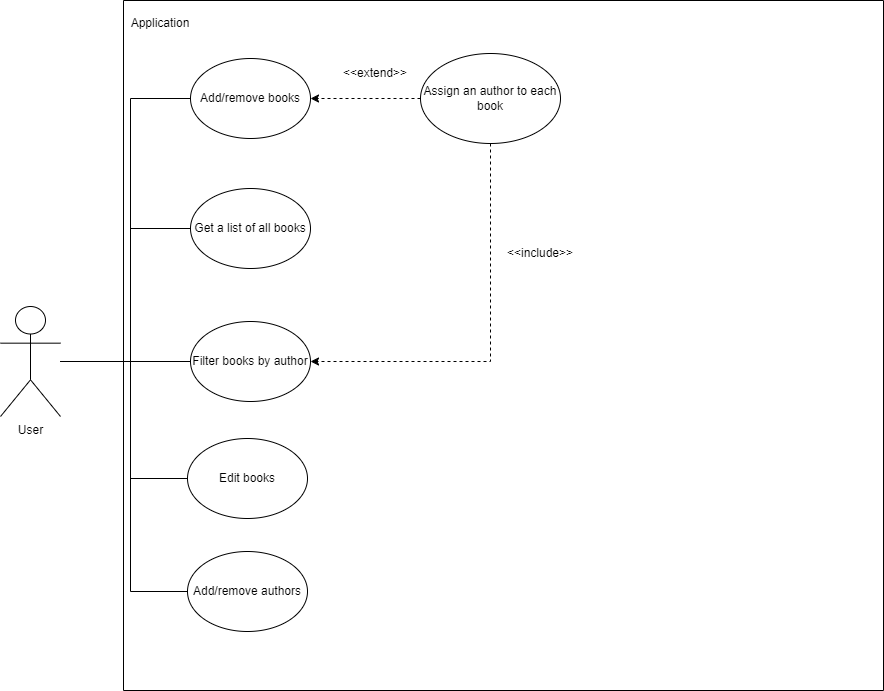
Above: Use Case Diagram.drawio.png in LegendaryLoona/LancasterBookStoreProject (draw.io), before the change. Source tidied: cells renumbered, new cells last; positions are measured from the earlier drawing's top-left corner, leaving out a move shared by most shapes. Its diagram source:
```xml
<mxGraphModel background="#ffffff">
  <root>
    <mxCell id="0" />
    <mxCell id="1" parent="0" />
    <mxCell id="2" style="swimlane;startSize=0;" parent="1" vertex="1">
      <mxGeometry x="123" width="760" height="690" as="geometry" />
    </mxCell>
    <mxCell id="3" value="Edit books" style="ellipse;whiteSpace=wrap;html=1;" parent="2" vertex="1">
      <mxGeometry x="64" y="438" width="120" height="80" as="geometry" />
    </mxCell>
    <mxCell id="4" value="Add/remove authors" style="ellipse;whiteSpace=wrap;html=1;" parent="2" vertex="1">
      <mxGeometry x="64" y="551" width="120" height="80" as="geometry" />
    </mxCell>
    <mxCell id="5" style="edgeStyle=orthogonalEdgeStyle;rounded=0;jettySize=auto;html=1;entryX=0;entryY=0.5;entryDx=0;entryDy=0;endArrow=none;endFill=0;" parent="1" edge="1" source="7" target="3">
      <mxGeometry relative="1" as="geometry">
        <Array as="points">
          <mxPoint x="130" y="361" />
          <mxPoint x="130" y="478" />
        </Array>
      </mxGeometry>
    </mxCell>
    <mxCell id="6" style="edgeStyle=orthogonalEdgeStyle;rounded=0;jettySize=auto;html=1;entryX=0;entryY=0.5;entryDx=0;entryDy=0;endArrow=none;endFill=0;" parent="1" edge="1" source="7" target="4">
      <mxGeometry relative="1" as="geometry">
        <Array as="points">
          <mxPoint x="130" y="361" />
          <mxPoint x="130" y="591" />
        </Array>
      </mxGeometry>
    </mxCell>
    <mxCell id="7" value="User" style="shape=umlActor;verticalLabelPosition=bottom;verticalAlign=top;html=1;outlineConnect=0;" parent="1" vertex="1">
      <mxGeometry y="306" width="60" height="110" as="geometry" />
    </mxCell>
    <mxCell id="8" value="Application" style="text;html=1;align=center;verticalAlign=middle;whiteSpace=wrap;rounded=0;" parent="1" vertex="1">
      <mxGeometry x="130" y="8" width="60" height="30" as="geometry" />
    </mxCell>
    <mxCell id="9" value="Assign an author to each book" style="ellipse;whiteSpace=wrap;html=1;" parent="1" vertex="1">
      <mxGeometry x="420" y="53" width="140" height="90" as="geometry" />
    </mxCell>
    <mxCell id="10" value="&amp;lt;&amp;lt;include&amp;gt;&amp;gt;" style="text;html=1;align=center;verticalAlign=middle;whiteSpace=wrap;rounded=0;" parent="1" vertex="1">
      <mxGeometry x="510" y="238" width="60" height="30" as="geometry" />
    </mxCell>
    <mxCell id="11" value="&amp;lt;&amp;lt;extend&amp;gt;&amp;gt;" style="text;html=1;align=center;verticalAlign=middle;whiteSpace=wrap;rounded=0;" parent="1" vertex="1">
      <mxGeometry x="345" y="58" width="60" height="30" as="geometry" />
    </mxCell>
    <mxCell id="12" style="endArrow=none;html=1;rounded=0;edgeStyle=orthogonalEdgeStyle;" parent="1" edge="1" source="7" target="17">
      <mxGeometry relative="1" as="geometry" />
    </mxCell>
    <mxCell id="13" style="endArrow=none;html=1;rounded=0;entryX=0;entryY=0.5;entryDx=0;entryDy=0;edgeStyle=orthogonalEdgeStyle;" parent="1" edge="1" source="7" target="16">
      <mxGeometry relative="1" as="geometry">
        <Array as="points">
          <mxPoint x="130" y="361" />
          <mxPoint x="130" y="228" />
        </Array>
      </mxGeometry>
    </mxCell>
    <mxCell id="14" style="endArrow=none;html=1;rounded=0;entryX=0;entryY=0.5;entryDx=0;entryDy=0;edgeStyle=orthogonalEdgeStyle;" parent="1" edge="1" source="7" target="15">
      <mxGeometry relative="1" as="geometry">
        <Array as="points">
          <mxPoint x="130" y="361" />
          <mxPoint x="130" y="98" />
        </Array>
      </mxGeometry>
    </mxCell>
    <mxCell id="15" value="Add/remove books" style="ellipse;whiteSpace=wrap;html=1;" parent="1" vertex="1">
      <mxGeometry x="190" y="58" width="120" height="80" as="geometry" />
    </mxCell>
    <mxCell id="16" value="Get a list of all books" style="ellipse;whiteSpace=wrap;html=1;" parent="1" vertex="1">
      <mxGeometry x="190" y="188" width="120" height="80" as="geometry" />
    </mxCell>
    <mxCell id="17" value="Filter books by author" style="ellipse;whiteSpace=wrap;html=1;" parent="1" vertex="1">
      <mxGeometry x="190" y="321" width="120" height="80" as="geometry" />
    </mxCell>
    <mxCell id="18" style="edgeStyle=orthogonalEdgeStyle;rounded=0;jettySize=auto;html=1;entryX=1;entryY=0.5;entryDx=0;entryDy=0;dashed=1;" parent="1" edge="1" source="9" target="15">
      <mxGeometry relative="1" as="geometry" />
    </mxCell>
    <mxCell id="19" style="edgeStyle=orthogonalEdgeStyle;rounded=0;jettySize=auto;html=1;entryX=1;entryY=0.5;entryDx=0;entryDy=0;exitX=0.5;exitY=1;exitDx=0;exitDy=0;dashed=1;" parent="1" edge="1" source="9" target="17">
      <mxGeometry relative="1" as="geometry" />
    </mxCell>
  </root>
</mxGraphModel>
```
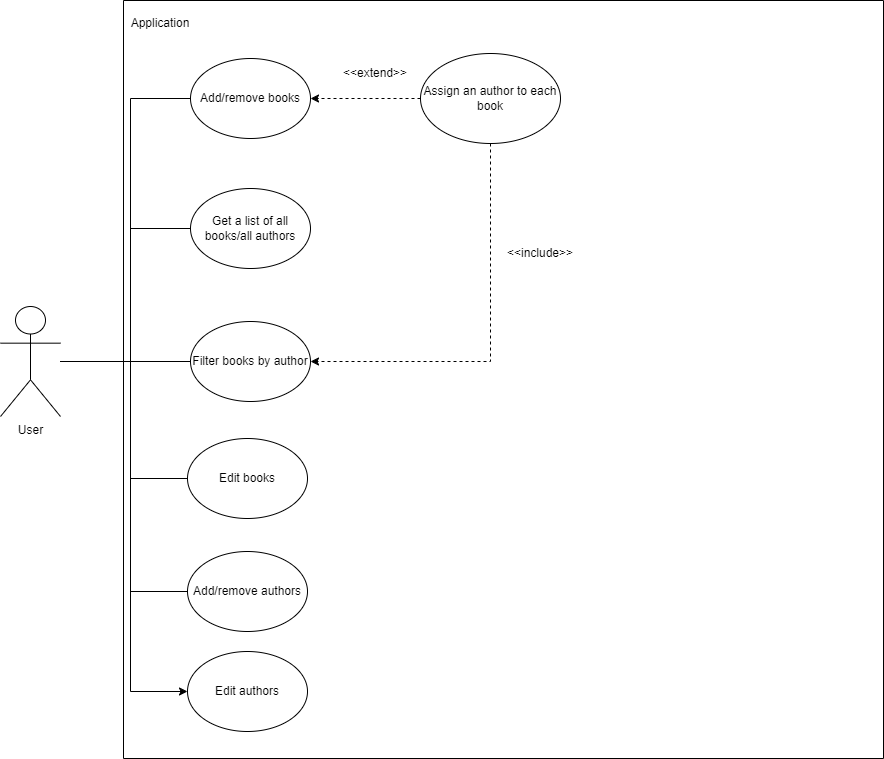
Above is the later version.

Diff of the diagram source:
```diff
@@ -3,7 +3,7 @@
     <mxCell id="0" />
     <mxCell id="1" parent="0" />
     <mxCell id="2" style="swimlane;startSize=0;" parent="1" vertex="1">
-      <mxGeometry x="123" width="760" height="690" as="geometry" />
+      <mxGeometry x="123" width="760" height="758" as="geometry" />
     </mxCell>
     <mxCell id="3" value="Edit books" style="ellipse;whiteSpace=wrap;html=1;" parent="2" vertex="1">
       <mxGeometry x="64" y="438" width="120" height="80" as="geometry" />
@@ -11,6 +11,9 @@
     <mxCell id="4" value="Add/remove authors" style="ellipse;whiteSpace=wrap;html=1;" parent="2" vertex="1">
       <mxGeometry x="64" y="551" width="120" height="80" as="geometry" />
     </mxCell>
+    <mxCell id="20" value="Edit authors" style="ellipse;whiteSpace=wrap;html=1;" parent="2" vertex="1">
+      <mxGeometry x="64" y="651" width="120" height="80" as="geometry" />
+    </mxCell>
     <mxCell id="5" style="edgeStyle=orthogonalEdgeStyle;rounded=0;jettySize=auto;html=1;entryX=0;entryY=0.5;entryDx=0;entryDy=0;endArrow=none;endFill=0;" parent="1" edge="1" source="7" target="3">
       <mxGeometry relative="1" as="geometry">
         <Array as="points">
@@ -27,6 +30,14 @@
         </Array>
       </mxGeometry>
     </mxCell>
+    <mxCell id="21" style="edgeStyle=orthogonalEdgeStyle;rounded=0;jettySize=auto;html=1;entryX=0;entryY=0.5;entryDx=0;entryDy=0;" parent="1" edge="1" source="7" target="20">
+      <mxGeometry relative="1" as="geometry">
+        <Array as="points">
+          <mxPoint x="130" y="361" />
+          <mxPoint x="130" y="691" />
+        </Array>
+      </mxGeometry>
+    </mxCell>
     <mxCell id="7" value="User" style="shape=umlActor;verticalLabelPosition=bottom;verticalAlign=top;html=1;outlineConnect=0;" parent="1" vertex="1">
       <mxGeometry y="306" width="60" height="110" as="geometry" />
     </mxCell>
@@ -64,7 +75,7 @@
     <mxCell id="15" value="Add/remove books" style="ellipse;whiteSpace=wrap;html=1;" parent="1" vertex="1">
       <mxGeometry x="190" y="58" width="120" height="80" as="geometry" />
     </mxCell>
-    <mxCell id="16" value="Get a list of all books" style="ellipse;whiteSpace=wrap;html=1;" parent="1" vertex="1">
+    <mxCell id="16" value="Get a list of all books/all authors" style="ellipse;whiteSpace=wrap;html=1;" parent="1" vertex="1">
       <mxGeometry x="190" y="188" width="120" height="80" as="geometry" />
     </mxCell>
     <mxCell id="17" value="Filter books by author" style="ellipse;whiteSpace=wrap;html=1;" parent="1" vertex="1">
```
